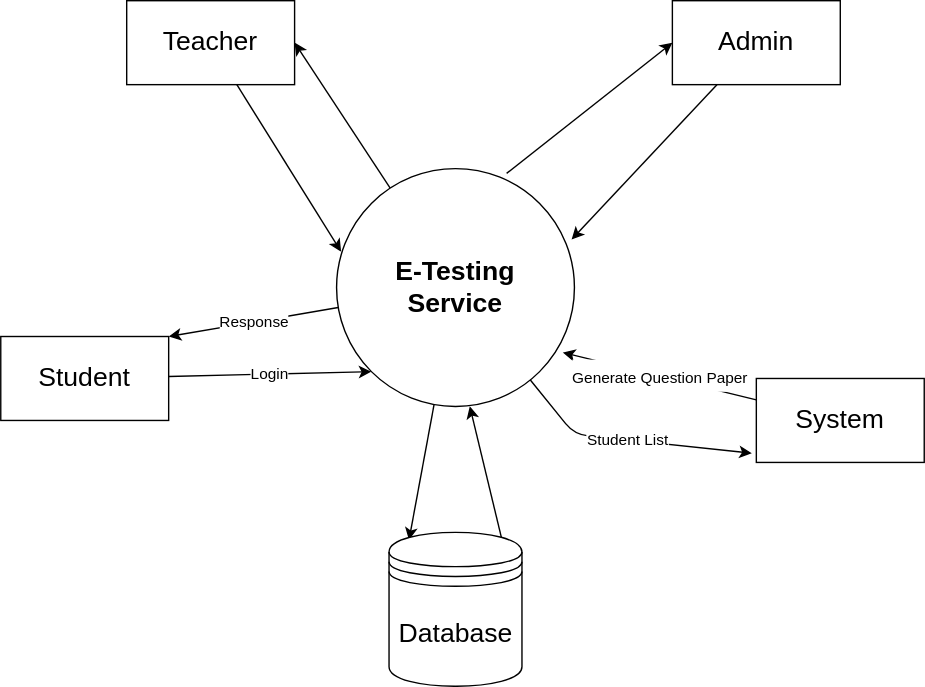
Zaeem6100/FYP-Documents keeps this draw.io diagram as DFD lvl 0 .drawio.svg. Above is the earlier version. Source tidied: cells renumbered, new cells last; positions are measured from the earlier drawing's top-left corner, leaving out a move shared by most shapes.
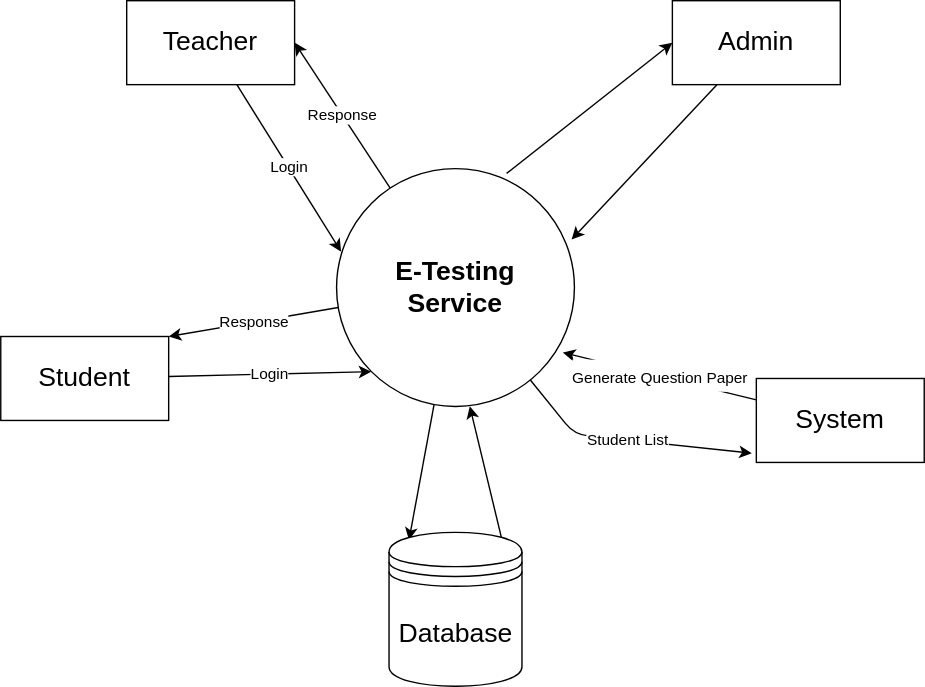
After the change.

Change to the diagram source:
```diff
@@ -2,7 +2,7 @@
   <root>
     <mxCell id="0" />
     <mxCell id="1" parent="0" />
-    <mxCell id="2" style="edgeStyle=none;rounded=1;jettySize=auto;html=1;entryX=1;entryY=0.5;entryDx=0;entryDy=0;fontSize=11;startArrow=none;startFill=0;endArrow=classic;endFill=1;" parent="1" edge="1" source="5" target="11">
+    <mxCell id="2" value="Response" style="edgeStyle=none;rounded=1;jettySize=auto;html=1;entryX=1;entryY=0.5;entryDx=0;entryDy=0;fontSize=11;startArrow=none;startFill=0;endArrow=classic;endFill=1;" parent="1" edge="1" source="5" target="11">
       <mxGeometry relative="1" as="geometry" />
     </mxCell>
     <mxCell id="3" value="Response" style="edgeStyle=none;rounded=1;jettySize=auto;html=1;entryX=1;entryY=0;entryDx=0;entryDy=0;fontSize=11;startArrow=none;startFill=0;endArrow=classic;endFill=1;" parent="1" edge="1" source="5" target="9">
@@ -26,7 +26,7 @@
     <mxCell id="9" value="Student" style="rounded=0;whiteSpace=wrap;html=1;fontSize=19;" parent="1" vertex="1">
       <mxGeometry y="240" width="120" height="60" as="geometry" />
     </mxCell>
-    <mxCell id="10" style="edgeStyle=none;rounded=1;jettySize=auto;html=1;entryX=0.019;entryY=0.349;entryDx=0;entryDy=0;entryPerimeter=0;fontSize=11;startArrow=none;startFill=0;endArrow=classic;endFill=1;" parent="1" edge="1" source="11" target="5">
+    <mxCell id="10" value="Login" style="edgeStyle=none;rounded=1;jettySize=auto;html=1;entryX=0.019;entryY=0.349;entryDx=0;entryDy=0;entryPerimeter=0;fontSize=11;startArrow=none;startFill=0;endArrow=classic;endFill=1;" parent="1" edge="1" source="11" target="5">
       <mxGeometry relative="1" as="geometry" />
     </mxCell>
     <mxCell id="11" value="Teacher" style="rounded=0;whiteSpace=wrap;html=1;fontSize=19;" parent="1" vertex="1">
```
